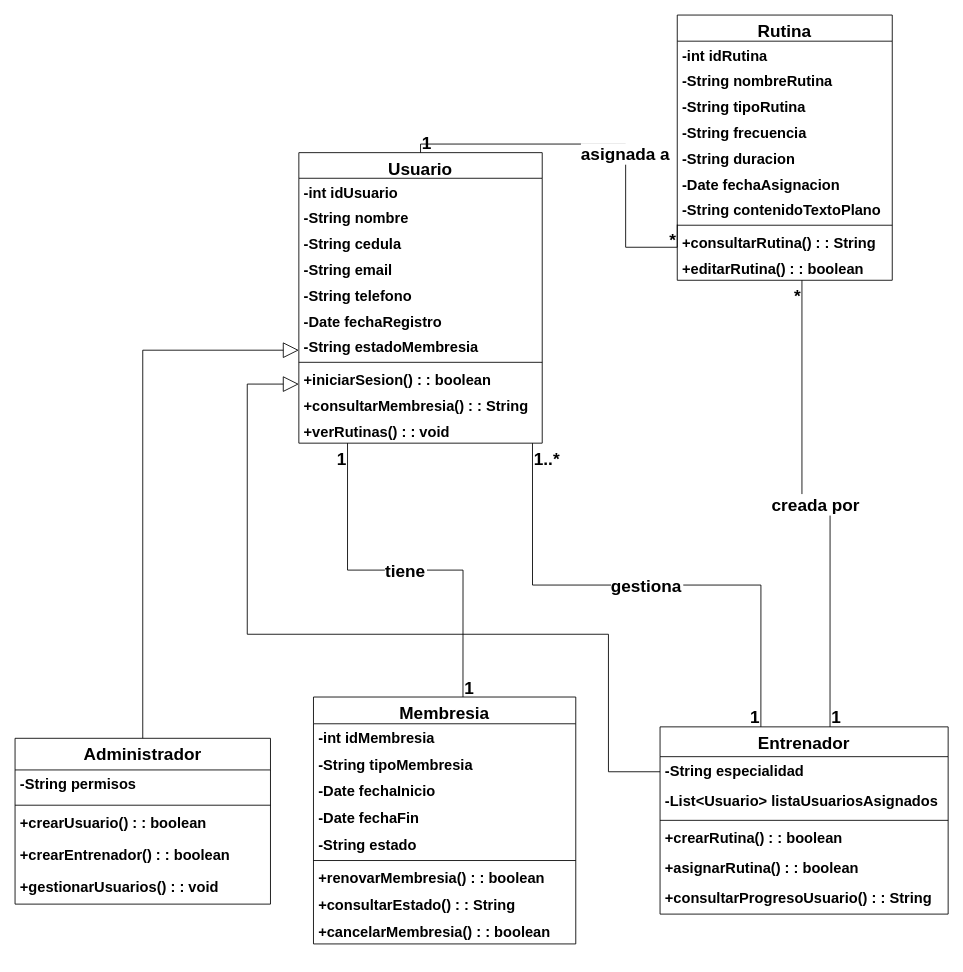
Before: PROYECT_CLASES.drawio in RogerNegrete/sistemas-distribuidos, a draw.io diagram. Source tidied: cells renumbered, new cells numbered last; positions are measured from the earlier drawing's top-left corner, leaving out a move shared by most shapes. Both pictures are drawn from the tidied source at 86%, with x=0, y=0 at pixel (15, 15).
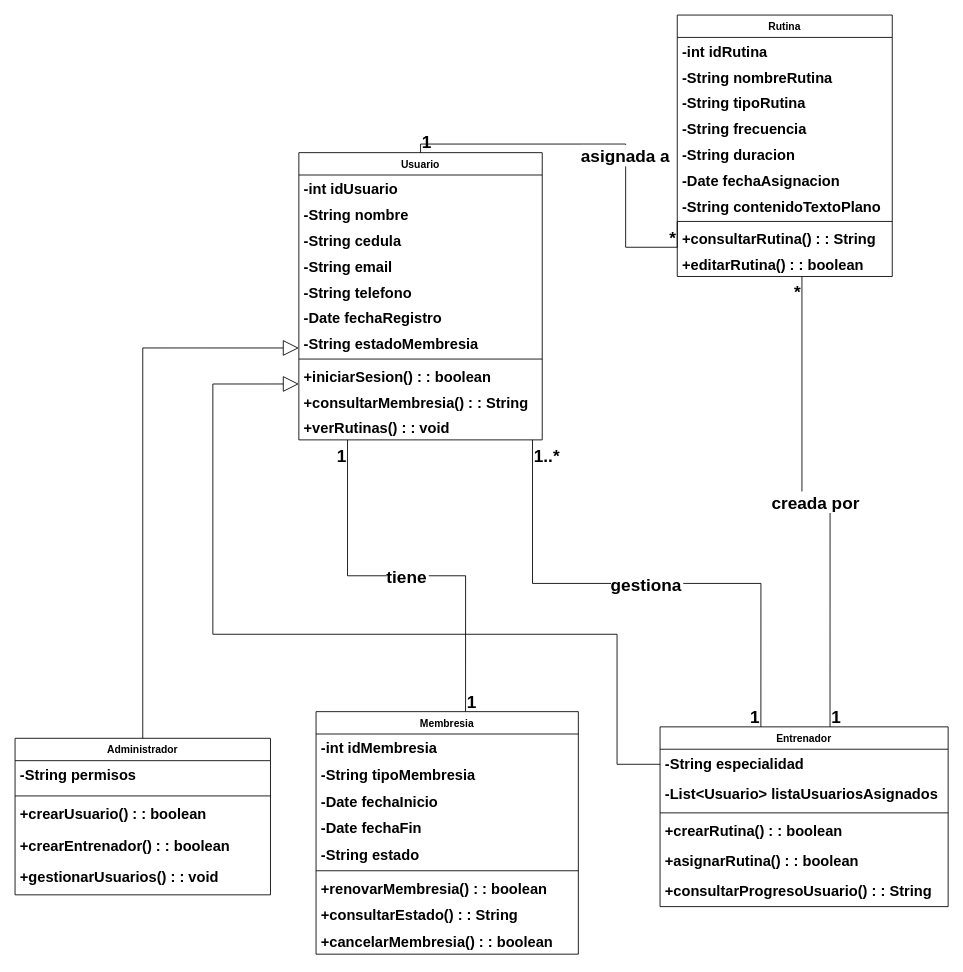
The same diagram, later.

What changed in the source:
```diff
@@
-    <mxCell id="2" value="Usuario" style="swimlane;fontStyle=1;align=center;verticalAlign=top;horizontal=1;startSize=29.80392733487216;fontSize=20;" parent="1" vertex="1">
-      <mxGeometry x="330" y="160" width="283" height="337.8" as="geometry" />
+    <mxCell id="2" value="Usuario" style="swimlane;fontStyle=1;align=center;verticalAlign=top;horizontal=1;startSize=26;whiteSpace=wrap;html=1;" parent="1" vertex="1">
+      <mxGeometry x="330" y="160" width="283" height="334" as="geometry" />
     </mxCell>
     <mxCell id="3" value="-int idUsuario" style="text;strokeColor=none;fillColor=none;align=left;verticalAlign=top;spacingLeft=4;spacingRight=4;overflow=hidden;fontSize=17;fontStyle=1;" parent="2" vertex="1">
-      <mxGeometry y="29.8" width="283" height="30" as="geometry" />
+      <mxGeometry y="26" width="283" height="30" as="geometry" />
     </mxCell>
     <mxCell id="4" value="-String nombre" style="text;strokeColor=none;fillColor=none;align=left;verticalAlign=top;spacingLeft=4;spacingRight=4;overflow=hidden;fontSize=17;fontStyle=1;" parent="2" vertex="1">
-      <mxGeometry y="59.8" width="283" height="30" as="geometry" />
+      <mxGeometry y="56" width="283" height="30" as="geometry" />
     </mxCell>
     <mxCell id="5" value="-String cedula" style="text;strokeColor=none;fillColor=none;align=left;verticalAlign=top;spacingLeft=4;spacingRight=4;overflow=hidden;fontSize=17;fontStyle=1;" parent="2" vertex="1">
-      <mxGeometry y="89.8" width="283" height="30" as="geometry" />
+      <mxGeometry y="86" width="283" height="30" as="geometry" />
     </mxCell>
     <mxCell id="6" value="-String email" style="text;strokeColor=none;fillColor=none;align=left;verticalAlign=top;spacingLeft=4;spacingRight=4;overflow=hidden;fontSize=17;fontStyle=1;" parent="2" vertex="1">
-      <mxGeometry y="119.8" width="283" height="30" as="geometry" />
+      <mxGeometry y="116" width="283" height="30" as="geometry" />
     </mxCell>
     <mxCell id="7" value="-String telefono" style="text;strokeColor=none;fillColor=none;align=left;verticalAlign=top;spacingLeft=4;spacingRight=4;overflow=hidden;fontSize=17;fontStyle=1;" parent="2" vertex="1">
-      <mxGeometry y="149.8" width="283" height="30" as="geometry" />
+      <mxGeometry y="146" width="283" height="30" as="geometry" />
     </mxCell>
     <mxCell id="8" value="-Date fechaRegistro" style="text;strokeColor=none;fillColor=none;align=left;verticalAlign=top;spacingLeft=4;spacingRight=4;overflow=hidden;fontSize=17;fontStyle=1;" parent="2" vertex="1">
-      <mxGeometry y="179.8" width="283" height="30" as="geometry" />
+      <mxGeometry y="176" width="283" height="30" as="geometry" />
     </mxCell>
     <mxCell id="9" value="-String estadoMembresia" style="text;strokeColor=none;fillColor=none;align=left;verticalAlign=top;spacingLeft=4;spacingRight=4;overflow=hidden;fontSize=17;fontStyle=1;" parent="2" vertex="1">
-      <mxGeometry y="209.8" width="283" height="30" as="geometry" />
+      <mxGeometry y="206" width="283" height="30" as="geometry" />
     </mxCell>
     <mxCell id="10" style="line;strokeWidth=1;fillColor=none;align=left;verticalAlign=middle;spacingTop=-1;spacingLeft=3;spacingRight=3;labelPosition=right;strokeColor=inherit;" parent="2" vertex="1">
-      <mxGeometry y="239.8" width="283" height="8" as="geometry" />
+      <mxGeometry y="236" width="283" height="8" as="geometry" />
     </mxCell>
     <mxCell id="11" value="+iniciarSesion() : : boolean" style="text;strokeColor=none;fillColor=none;align=left;verticalAlign=top;spacingLeft=4;spacingRight=4;overflow=hidden;points=[[0,0.5],[1,0.5]];portConstraint=eastwest;fontSize=17;fontStyle=1;" parent="2" vertex="1">
-      <mxGeometry y="247.8" width="283" height="30" as="geometry" />
+      <mxGeometry y="244" width="283" height="30" as="geometry" />
     </mxCell>
     <mxCell id="12" value="+consultarMembresia() : : String" style="text;strokeColor=none;fillColor=none;align=left;verticalAlign=top;spacingLeft=4;spacingRight=4;overflow=hidden;fontSize=17;fontStyle=1;" parent="2" vertex="1">
-      <mxGeometry y="277.8" width="283" height="30" as="geometry" />
+      <mxGeometry y="274" width="283" height="30" as="geometry" />
     </mxCell>
     <mxCell id="13" value="+verRutinas() : : void" style="text;strokeColor=none;fillColor=none;align=left;verticalAlign=top;spacingLeft=4;spacingRight=4;overflow=hidden;fontSize=17;fontStyle=1;" parent="2" vertex="1">
-      <mxGeometry y="307.8" width="283" height="30" as="geometry" />
+      <mxGeometry y="304" width="283" height="30" as="geometry" />
     </mxCell>
-    <mxCell id="14" value="Administrador" style="swimlane;fontStyle=1;align=center;verticalAlign=top;horizontal=1;startSize=36.785745239257814;fontSize=20;" parent="1" vertex="1">
-      <mxGeometry y="841" width="297" height="192.8" as="geometry" />
+    <mxCell id="14" value="Administrador" style="swimlane;fontStyle=1;align=center;verticalAlign=top;horizontal=1;startSize=26;whiteSpace=wrap;html=1;" parent="1" vertex="1">
+      <mxGeometry y="841" width="297" height="182" as="geometry" />
     </mxCell>
     <mxCell id="15" value="-String permisos" style="text;strokeColor=none;fillColor=none;align=left;verticalAlign=top;spacingLeft=4;spacingRight=4;overflow=hidden;fontSize=17;fontStyle=1;" parent="14" vertex="1">
-      <mxGeometry y="36.8" width="297" height="37" as="geometry" />
+      <mxGeometry y="26" width="297" height="37" as="geometry" />
     </mxCell>
     <mxCell id="16" style="line;strokeWidth=1;fillColor=none;align=left;verticalAlign=middle;spacingTop=-1;spacingLeft=3;spacingRight=3;labelPosition=right;strokeColor=inherit;" parent="14" vertex="1">
-      <mxGeometry y="73.8" width="297" height="8" as="geometry" />
+      <mxGeometry y="63" width="297" height="8" as="geometry" />
     </mxCell>
     <mxCell id="17" value="+crearUsuario() : : boolean" style="text;strokeColor=none;fillColor=none;align=left;verticalAlign=top;spacingLeft=4;spacingRight=4;overflow=hidden;fontSize=17;fontStyle=1;" parent="14" vertex="1">
-      <mxGeometry y="81.8" width="297" height="37" as="geometry" />
+      <mxGeometry y="71" width="297" height="37" as="geometry" />
     </mxCell>
     <mxCell id="18" value="+crearEntrenador() : : boolean" style="text;strokeColor=none;fillColor=none;align=left;verticalAlign=top;spacingLeft=4;spacingRight=4;overflow=hidden;fontSize=17;fontStyle=1;" parent="14" vertex="1">
-      <mxGeometry y="118.8" width="297" height="37" as="geometry" />
+      <mxGeometry y="108" width="297" height="37" as="geometry" />
     </mxCell>
     <mxCell id="19" value="+gestionarUsuarios() : : void" style="text;strokeColor=none;fillColor=none;align=left;verticalAlign=top;spacingLeft=4;spacingRight=4;overflow=hidden;fontSize=17;fontStyle=1;" parent="14" vertex="1">
-      <mxGeometry y="155.8" width="297" height="37" as="geometry" />
+      <mxGeometry y="145" width="297" height="37" as="geometry" />
     </mxCell>
-    <mxCell id="20" value="Entrenador" style="swimlane;fontStyle=1;align=center;verticalAlign=top;horizontal=1;startSize=34.65240987141927;fontSize=20;" parent="1" vertex="1">
-      <mxGeometry x="750" y="827.7" width="335" height="217.7" as="geometry" />
+    <mxCell id="20" value="Entrenador" style="swimlane;fontStyle=1;align=center;verticalAlign=top;horizontal=1;startSize=26;whiteSpace=wrap;html=1;" parent="1" vertex="1">
+      <mxGeometry x="750" y="827.7" width="335" height="209" as="geometry" />
     </mxCell>
     <mxCell id="21" value="-String especialidad" style="text;strokeColor=none;fillColor=none;align=left;verticalAlign=top;spacingLeft=4;spacingRight=4;overflow=hidden;points=[[0,0.5],[1,0.5]];portConstraint=eastwest;fontSize=17;fontStyle=1;" parent="20" vertex="1">
-      <mxGeometry y="34.7" width="335" height="35" as="geometry" />
+      <mxGeometry y="26" width="335" height="35" as="geometry" />
     </mxCell>
     <mxCell id="22" value="-List&lt;Usuario&gt; listaUsuariosAsignados" style="text;strokeColor=none;fillColor=none;align=left;verticalAlign=top;spacingLeft=4;spacingRight=4;overflow=hidden;fontSize=17;fontStyle=1;" parent="20" vertex="1">
-      <mxGeometry y="69.7" width="335" height="35" as="geometry" />
+      <mxGeometry y="61" width="335" height="35" as="geometry" />
     </mxCell>
     <mxCell id="23" style="line;strokeWidth=1;fillColor=none;align=left;verticalAlign=middle;spacingTop=-1;spacingLeft=3;spacingRight=3;labelPosition=right;strokeColor=inherit;" parent="20" vertex="1">
-      <mxGeometry y="104.7" width="335" height="8" as="geometry" />
+      <mxGeometry y="96" width="335" height="8" as="geometry" />
     </mxCell>
     <mxCell id="24" value="+crearRutina() : : boolean" style="text;strokeColor=none;fillColor=none;align=left;verticalAlign=top;spacingLeft=4;spacingRight=4;overflow=hidden;fontSize=17;fontStyle=1;" parent="20" vertex="1">
-      <mxGeometry y="112.7" width="335" height="35" as="geometry" />
+      <mxGeometry y="104" width="335" height="35" as="geometry" />
     </mxCell>
     <mxCell id="25" value="+asignarRutina() : : boolean" style="text;strokeColor=none;fillColor=none;align=left;verticalAlign=top;spacingLeft=4;spacingRight=4;overflow=hidden;fontSize=17;fontStyle=1;" parent="20" vertex="1">
-      <mxGeometry y="147.7" width="335" height="35" as="geometry" />
+      <mxGeometry y="139" width="335" height="35" as="geometry" />
     </mxCell>
     <mxCell id="26" value="+consultarProgresoUsuario() : : String" style="text;strokeColor=none;fillColor=none;align=left;verticalAlign=top;spacingLeft=4;spacingRight=4;overflow=hidden;fontSize=17;fontStyle=1;" parent="20" vertex="1">
-      <mxGeometry y="182.7" width="335" height="35" as="geometry" />
+      <mxGeometry y="174" width="335" height="35" as="geometry" />
     </mxCell>
-    <mxCell id="27" value="Rutina" style="swimlane;fontStyle=1;align=center;verticalAlign=top;horizontal=1;startSize=30.385745239257812;fontSize=20;" parent="1" vertex="1">
-      <mxGeometry x="770" width="250" height="308.4" as="geometry" />
+    <mxCell id="27" value="Rutina" style="swimlane;fontStyle=1;align=center;verticalAlign=top;horizontal=1;startSize=26;whiteSpace=wrap;html=1;" parent="1" vertex="1">
+      <mxGeometry x="770" width="250" height="304" as="geometry" />
     </mxCell>
     <mxCell id="28" value="-int idRutina" style="text;strokeColor=none;fillColor=none;align=left;verticalAlign=top;spacingLeft=4;spacingRight=4;overflow=hidden;fontSize=17;fontStyle=1;" parent="27" vertex="1">
-      <mxGeometry y="30.4" width="250" height="30" as="geometry" />
+      <mxGeometry y="26" width="250" height="30" as="geometry" />
     </mxCell>
     <mxCell id="29" value="-String nombreRutina" style="text;strokeColor=none;fillColor=none;align=left;verticalAlign=top;spacingLeft=4;spacingRight=4;overflow=hidden;fontSize=17;fontStyle=1;" parent="27" vertex="1">
-      <mxGeometry y="60.4" width="250" height="30" as="geometry" />
+      <mxGeometry y="56" width="250" height="30" as="geometry" />
     </mxCell>
     <mxCell id="30" value="-String tipoRutina" style="text;strokeColor=none;fillColor=none;align=left;verticalAlign=top;spacingLeft=4;spacingRight=4;overflow=hidden;fontSize=17;fontStyle=1;" parent="27" vertex="1">
-      <mxGeometry y="90.4" width="250" height="30" as="geometry" />
+      <mxGeometry y="86" width="250" height="30" as="geometry" />
     </mxCell>
     <mxCell id="31" value="-String frecuencia" style="text;strokeColor=none;fillColor=none;align=left;verticalAlign=top;spacingLeft=4;spacingRight=4;overflow=hidden;fontSize=17;fontStyle=1;" parent="27" vertex="1">
-      <mxGeometry y="120.4" width="250" height="30" as="geometry" />
+      <mxGeometry y="116" width="250" height="30" as="geometry" />
     </mxCell>
     <mxCell id="32" value="-String duracion" style="text;strokeColor=none;fillColor=none;align=left;verticalAlign=top;spacingLeft=4;spacingRight=4;overflow=hidden;fontSize=17;fontStyle=1;" parent="27" vertex="1">
-      <mxGeometry y="150.4" width="250" height="30" as="geometry" />
+      <mxGeometry y="146" width="250" height="30" as="geometry" />
     </mxCell>
     <mxCell id="33" value="-Date fechaAsignacion" style="text;strokeColor=none;fillColor=none;align=left;verticalAlign=top;spacingLeft=4;spacingRight=4;overflow=hidden;fontSize=17;fontStyle=1;" parent="27" vertex="1">
-      <mxGeometry y="180.4" width="250" height="30" as="geometry" />
+      <mxGeometry y="176" width="250" height="30" as="geometry" />
     </mxCell>
     <mxCell id="34" value="-String contenidoTextoPlano" style="text;strokeColor=none;fillColor=none;align=left;verticalAlign=top;spacingLeft=4;spacingRight=4;overflow=hidden;fontSize=17;fontStyle=1;" parent="27" vertex="1">
-      <mxGeometry y="210.4" width="250" height="30" as="geometry" />
+      <mxGeometry y="206" width="250" height="30" as="geometry" />
     </mxCell>
     <mxCell id="35" style="line;strokeWidth=1;fillColor=none;align=left;verticalAlign=middle;spacingTop=-1;spacingLeft=3;spacingRight=3;labelPosition=right;strokeColor=inherit;" parent="27" vertex="1">
-      <mxGeometry y="240.4" width="250" height="8" as="geometry" />
+      <mxGeometry y="236" width="250" height="8" as="geometry" />
     </mxCell>
     <mxCell id="36" value="+consultarRutina() : : String" style="text;strokeColor=none;fillColor=none;align=left;verticalAlign=top;spacingLeft=4;spacingRight=4;overflow=hidden;fontSize=17;fontStyle=1;" parent="27" vertex="1">
-      <mxGeometry y="248.4" width="250" height="30" as="geometry" />
+      <mxGeometry y="244" width="250" height="30" as="geometry" />
     </mxCell>
     <mxCell id="37" value="+editarRutina() : : boolean" style="text;strokeColor=none;fillColor=none;align=left;verticalAlign=top;spacingLeft=4;spacingRight=4;overflow=hidden;fontSize=17;fontStyle=1;" parent="27" vertex="1">
-      <mxGeometry y="278.4" width="250" height="30" as="geometry" />
+      <mxGeometry y="274" width="250" height="30" as="geometry" />
     </mxCell>
-    <mxCell id="38" value="Membresia" style="swimlane;fontStyle=1;align=center;verticalAlign=top;horizontal=1;startSize=31.096859402126736;fontSize=20;" parent="1" vertex="1">
-      <mxGeometry x="347" y="793" width="305" height="287.1" as="geometry" />
+    <mxCell id="38" value="Membresia" style="swimlane;fontStyle=1;align=center;verticalAlign=top;horizontal=1;startSize=26;whiteSpace=wrap;html=1;" parent="1" vertex="1">
+      <mxGeometry x="350" y="810" width="305" height="282" as="geometry" />
     </mxCell>
     <mxCell id="39" value="-int idMembresia" style="text;strokeColor=none;fillColor=none;align=left;verticalAlign=top;spacingLeft=4;spacingRight=4;overflow=hidden;fontSize=17;fontStyle=1;" parent="38" vertex="1">
-      <mxGeometry y="31.1" width="305" height="31" as="geometry" />
+      <mxGeometry y="26" width="305" height="31" as="geometry" />
     </mxCell>
     <mxCell id="40" value="-String tipoMembresia" style="text;strokeColor=none;fillColor=none;align=left;verticalAlign=top;spacingLeft=4;spacingRight=4;overflow=hidden;fontSize=17;fontStyle=1;" parent="38" vertex="1">
-      <mxGeometry y="62.1" width="305" height="31" as="geometry" />
+      <mxGeometry y="57" width="305" height="31" as="geometry" />
     </mxCell>
     <mxCell id="41" value="-Date fechaInicio" style="text;strokeColor=none;fillColor=none;align=left;verticalAlign=top;spacingLeft=4;spacingRight=4;overflow=hidden;fontSize=17;fontStyle=1;" parent="38" vertex="1">
-      <mxGeometry y="93.1" width="305" height="31" as="geometry" />
+      <mxGeometry y="88" width="305" height="31" as="geometry" />
     </mxCell>
     <mxCell id="42" value="-Date fechaFin" style="text;strokeColor=none;fillColor=none;align=left;verticalAlign=top;spacingLeft=4;spacingRight=4;overflow=hidden;fontSize=17;fontStyle=1;" parent="38" vertex="1">
-      <mxGeometry y="124.1" width="305" height="31" as="geometry" />
+      <mxGeometry y="119" width="305" height="31" as="geometry" />
     </mxCell>
     <mxCell id="43" value="-String estado" style="text;strokeColor=none;fillColor=none;align=left;verticalAlign=top;spacingLeft=4;spacingRight=4;overflow=hidden;fontSize=17;fontStyle=1;" parent="38" vertex="1">
-      <mxGeometry y="155.1" width="305" height="31" as="geometry" />
+      <mxGeometry y="150" width="305" height="31" as="geometry" />
     </mxCell>
     <mxCell id="44" style="line;strokeWidth=1;fillColor=none;align=left;verticalAlign=middle;spacingTop=-1;spacingLeft=3;spacingRight=3;labelPosition=right;strokeColor=inherit;" parent="38" vertex="1">
-      <mxGeometry y="186.1" width="305" height="8" as="geometry" />
+      <mxGeometry y="181" width="305" height="8" as="geometry" />
     </mxCell>
     <mxCell id="45" value="+renovarMembresia() : : boolean" style="text;strokeColor=none;fillColor=none;align=left;verticalAlign=top;spacingLeft=4;spacingRight=4;overflow=hidden;fontSize=17;fontStyle=1;" parent="38" vertex="1">
-      <mxGeometry y="194.1" width="305" height="31" as="geometry" />
+      <mxGeometry y="189" width="305" height="31" as="geometry" />
     </mxCell>
     <mxCell id="46" value="+consultarEstado() : : String" style="text;strokeColor=none;fillColor=none;align=left;verticalAlign=top;spacingLeft=4;spacingRight=4;overflow=hidden;fontSize=17;fontStyle=1;" parent="38" vertex="1">
-      <mxGeometry y="225.1" width="305" height="31" as="geometry" />
+      <mxGeometry y="220" width="305" height="31" as="geometry" />
     </mxCell>
     <mxCell id="47" value="+cancelarMembresia() : : boolean" style="text;strokeColor=none;fillColor=none;align=left;verticalAlign=top;spacingLeft=4;spacingRight=4;overflow=hidden;fontSize=17;fontStyle=1;" parent="38" vertex="1">
-      <mxGeometry y="256.1" width="305" height="31" as="geometry" />
+      <mxGeometry y="251" width="305" height="31" as="geometry" />
     </mxCell>
@@
-    <mxCell id="49" style="startArrow=block;startSize=16;startFill=0;endArrow=none;entryX=0;entryY=0.5;rounded=0;edgeStyle=orthogonalEdgeStyle;entryDx=0;entryDy=0;exitX=0;exitY=0.711;exitDx=0;exitDy=0;exitPerimeter=0;" parent="1" edge="1" source="11" target="21">
+    <mxCell id="49" style="startArrow=block;startSize=16;startFill=0;endArrow=none;entryX=0;entryY=0.5;rounded=0;edgeStyle=orthogonalEdgeStyle;entryDx=0;entryDy=0;exitX=0;exitY=0.833;exitDx=0;exitDy=0;exitPerimeter=0;" parent="1" edge="1" source="11" target="21">
       <mxGeometry relative="1" as="geometry">
         <Array as="points">
-          <mxPoint x="270" y="429" />
-          <mxPoint x="270" y="720" />
-          <mxPoint x="690" y="720" />
-          <mxPoint x="690" y="880" />
+          <mxPoint x="230" y="429" />
+          <mxPoint x="230" y="720" />
+          <mxPoint x="700" y="720" />
+          <mxPoint x="700" y="871" />
         </Array>
       </mxGeometry>
     </mxCell>
```
